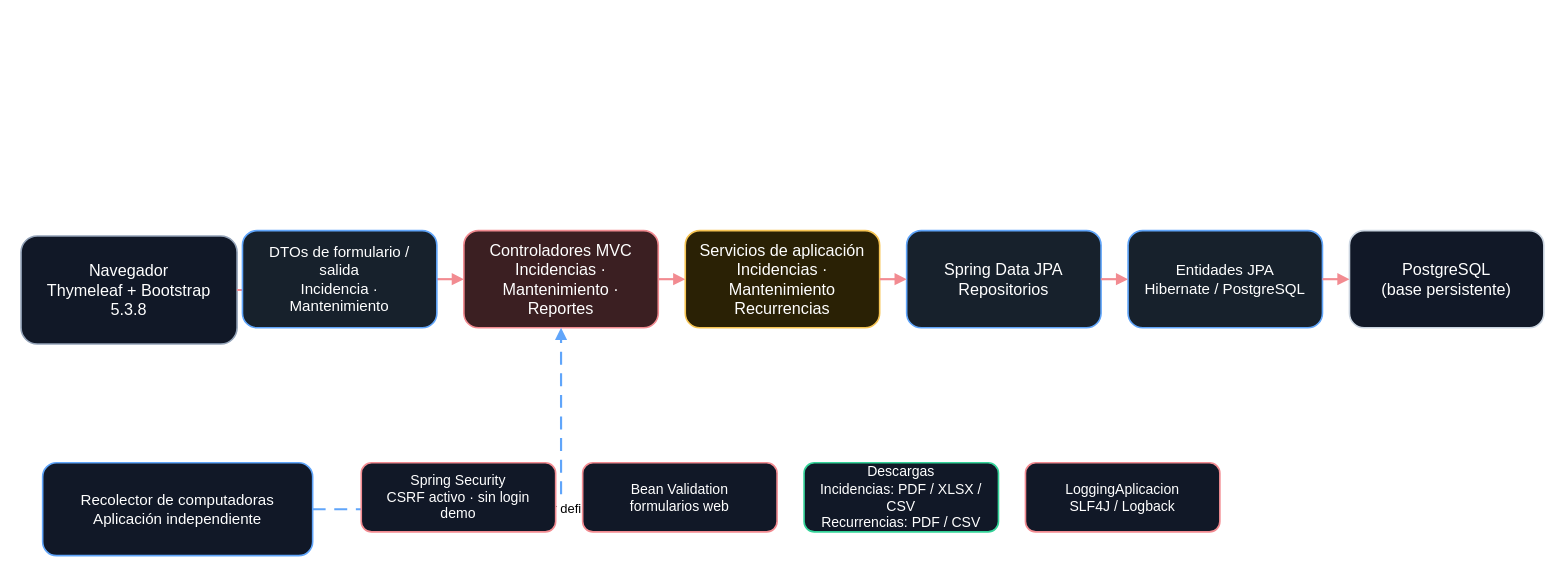
Earlier version of the draw.io diagram page "01_Arquitectura" (1 of 3) of docs/TrazaLab_Arquitectura_Trazabilidad.drawio (arell-dev/TrazaLab). Source tidied: cells renumbered, new cells numbered last; positions are measured from the earlier drawing's top-left corner, leaving out a move shared by most shapes. Both pictures are drawn from the tidied source at 108%, with x=0, y=0 at pixel (18, 18).
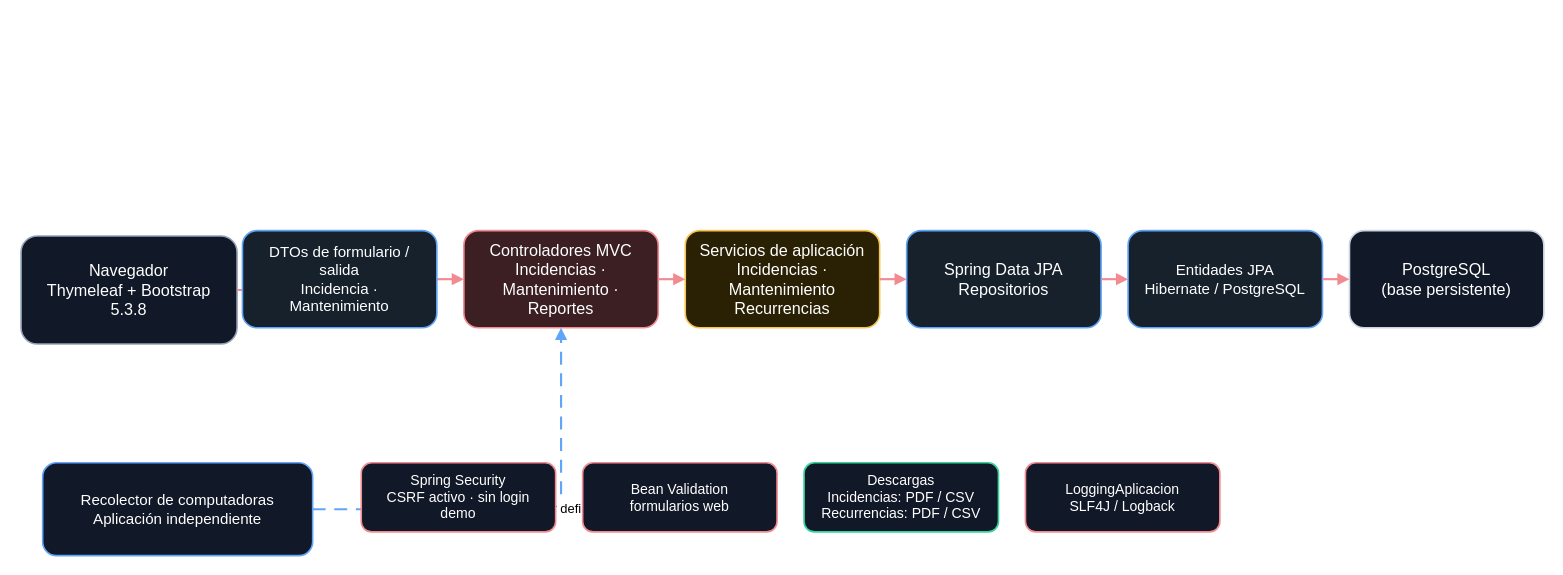
The same page after the edit.

The edit, as a diff of the source:
```diff
@@
-    <mxCell id="16" value="Descargas&lt;br&gt;Incidencias: PDF / XLSX / CSV&lt;br&gt;Recurrencias: PDF / CSV" style="rounded=1;whiteSpace=wrap;html=1;fillColor=#111827;strokeColor=#34D399;strokeWidth=1.5;fontColor=#FFFFFF;fontSize=13;align=center;verticalAlign=middle;spacing=8;" parent="1" vertex="1">
+    <mxCell id="16" value="Descargas&lt;br&gt;Incidencias: PDF / CSV&lt;br&gt;Recurrencias: PDF / CSV" style="rounded=1;whiteSpace=wrap;html=1;fillColor=#111827;strokeColor=#34D399;strokeWidth=1.5;fontColor=#FFFFFF;fontSize=13;align=center;verticalAlign=middle;spacing=8;" parent="1" vertex="1">
       <mxGeometry x="727" y="411" width="180" height="64" as="geometry" />
     </mxCell>
```
